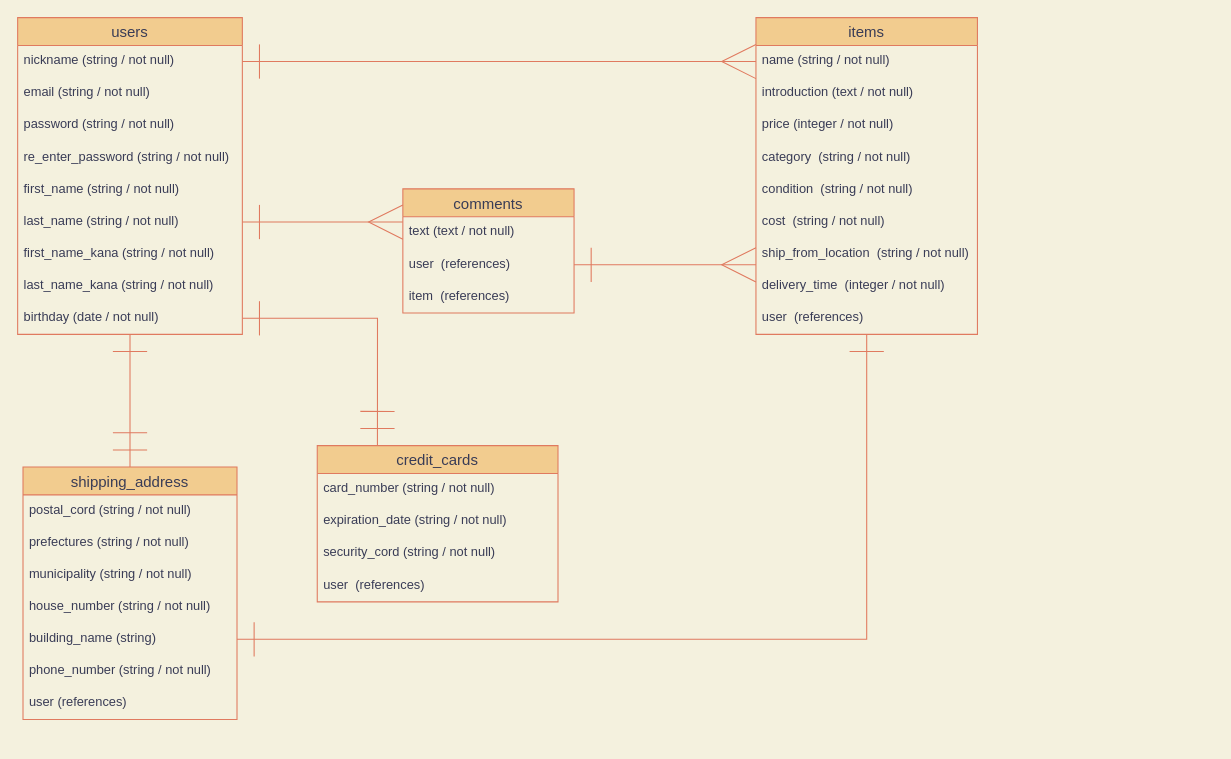
The draw.io diagram furima-35145.dio in DaisukeM0704/furima-35145, before the edit. Source tidied: cells renumbered, new cells numbered last; positions are measured from the earlier drawing's top-left corner, leaving out a move shared by most shapes. Both pictures are drawn from the tidied source at 107%, with x=0, y=0 at pixel (17, 17).
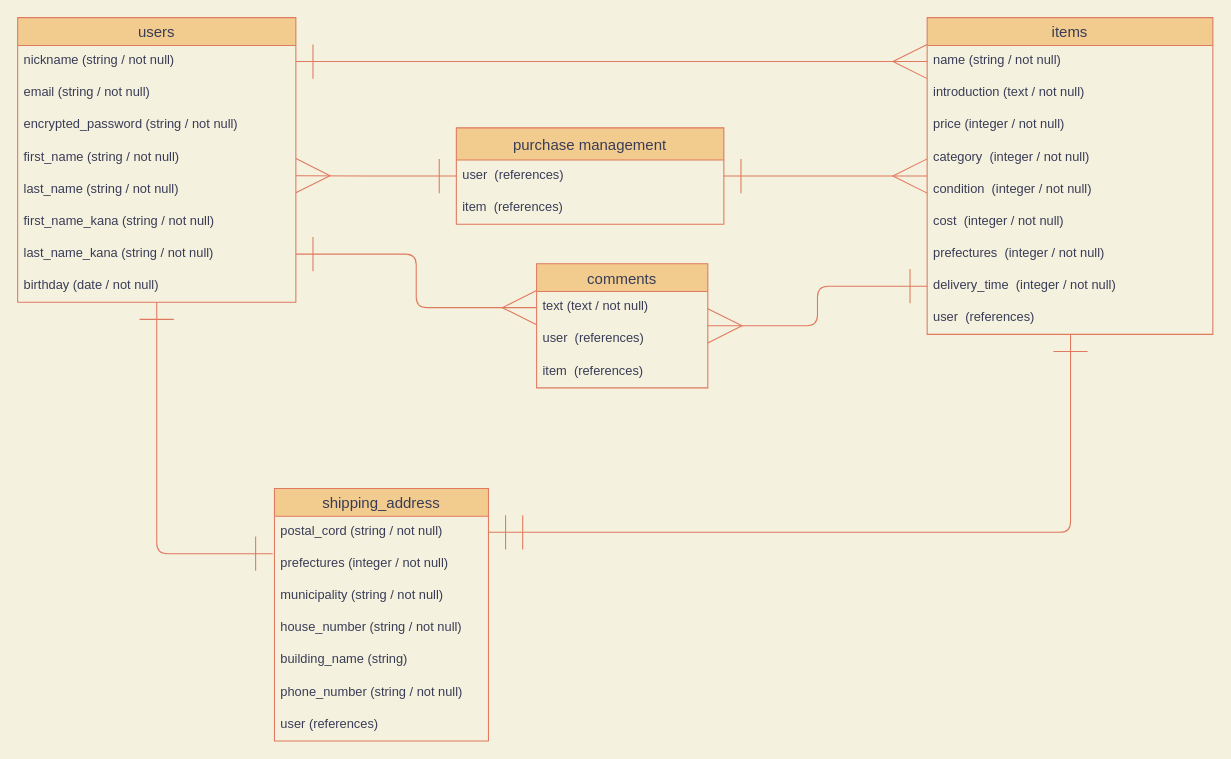
Above is the later version.

Commit message (it also covers changes not shown here):
データベース設計(2回目)

Unchanged cells that the change refers to:
```xml
<mxCell id="31" value="postal_cord (string / not null)" style="text;strokeColor=none;fillColor=none;spacingLeft=4;spacingRight=4;overflow=hidden;points=[[0,0.5],[1,0.5]];portConstraint=eastwest;fontSize=12;fontColor=#393C56;" parent="30" vertex="1">
  <mxGeometry y="26" width="200" height="30" as="geometry" />
</mxCell>
<mxCell id="35" value="building_name (string)" style="text;strokeColor=none;fillColor=none;spacingLeft=4;spacingRight=4;overflow=hidden;points=[[0,0.5],[1,0.5]];portConstraint=eastwest;fontSize=12;fontColor=#393C56;" parent="30" vertex="1">
  <mxGeometry y="146" width="200" height="30" as="geometry" />
</mxCell>
<mxCell id="39" value="text (text / not null)" style="text;strokeColor=none;fillColor=none;spacingLeft=4;spacingRight=4;overflow=hidden;points=[[0,0.5],[1,0.5]];portConstraint=eastwest;fontSize=12;fontColor=#393C56;" parent="38" vertex="1">
  <mxGeometry y="26" width="160" height="30" as="geometry" />
</mxCell>
<mxCell id="40" value="user  (references)" style="text;strokeColor=none;fillColor=none;spacingLeft=4;spacingRight=4;overflow=hidden;points=[[0,0.5],[1,0.5]];portConstraint=eastwest;fontSize=12;fontColor=#393C56;" parent="38" vertex="1">
  <mxGeometry y="56" width="160" height="30" as="geometry" />
</mxCell>
```

The edit, as a diff of the source:
```diff
@@
-    <mxCell id="2" style="edgeStyle=orthogonalEdgeStyle;rounded=0;jettySize=auto;html=1;startArrow=ERone;startFill=0;startSize=30;endArrow=ERone;endFill=0;endSize=30;labelBackgroundColor=#F4F1DE;strokeColor=#E07A5F;fontColor=#393C56;" parent="1" edge="1" source="3" target="35">
-      <mxGeometry relative="1" as="geometry" />
-    </mxCell>
+    <mxCell id="45" style="edgeStyle=orthogonalEdgeStyle;curved=0;rounded=1;sketch=0;jettySize=auto;html=1;startArrow=ERmany;startFill=0;startSize=30;endArrow=ERone;endFill=0;endSize=30;strokeColor=#E07A5F;fillColor=#F2CC8F;fontColor=#393C56;" parent="1" edge="1" source="3" target="29">
+      <mxGeometry relative="1" as="geometry" />
+    </mxCell>
     <mxCell id="3" value="items" style="swimlane;fontStyle=0;horizontal=1;startSize=26;align=center;fontSize=14;fillColor=#F2CC8F;strokeColor=#E07A5F;fontColor=#393C56;" parent="1" vertex="1">
-      <mxGeometry x="690" width="207" height="296" as="geometry" />
+      <mxGeometry x="850" width="267" height="296" as="geometry" />
     </mxCell>
     <mxCell id="4" value="name (string / not null)" style="text;strokeColor=none;fillColor=none;spacingLeft=4;spacingRight=4;overflow=hidden;points=[[0,0.5],[1,0.5]];portConstraint=eastwest;fontSize=12;fontColor=#393C56;" parent="3" vertex="1">
-      <mxGeometry y="26" width="207" height="30" as="geometry" />
+      <mxGeometry y="26" width="267" height="30" as="geometry" />
     </mxCell>
     <mxCell id="5" value="introduction (text / not null)" style="text;strokeColor=none;fillColor=none;spacingLeft=4;spacingRight=4;overflow=hidden;fontSize=12;fontColor=#393C56;" parent="3" vertex="1">
-      <mxGeometry y="56" width="207" height="30" as="geometry" />
+      <mxGeometry y="56" width="267" height="30" as="geometry" />
     </mxCell>
     <mxCell id="6" value="price (integer / not null)" style="text;strokeColor=none;fillColor=none;spacingLeft=4;spacingRight=4;overflow=hidden;fontSize=12;fontColor=#393C56;" parent="3" vertex="1">
-      <mxGeometry y="86" width="207" height="30" as="geometry" />
+      <mxGeometry y="86" width="267" height="30" as="geometry" />
     </mxCell>
-    <mxCell id="7" value="category  (string / not null)" style="text;strokeColor=none;fillColor=none;spacingLeft=4;spacingRight=4;overflow=hidden;fontSize=12;fontColor=#393C56;" parent="3" vertex="1">
-      <mxGeometry y="116" width="207" height="30" as="geometry" />
+    <mxCell id="7" value="category  (integer / not null)" style="text;strokeColor=none;fillColor=none;spacingLeft=4;spacingRight=4;overflow=hidden;fontSize=12;fontColor=#393C56;" parent="3" vertex="1">
+      <mxGeometry y="116" width="267" height="30" as="geometry" />
     </mxCell>
-    <mxCell id="8" value="condition  (string / not null)" style="text;strokeColor=none;fillColor=none;spacingLeft=4;spacingRight=4;overflow=hidden;fontSize=12;fontColor=#393C56;" parent="3" vertex="1">
-      <mxGeometry y="146" width="207" height="30" as="geometry" />
+    <mxCell id="8" value="condition  (integer / not null)" style="text;strokeColor=none;fillColor=none;spacingLeft=4;spacingRight=4;overflow=hidden;fontSize=12;fontColor=#393C56;" parent="3" vertex="1">
+      <mxGeometry y="146" width="267" height="30" as="geometry" />
     </mxCell>
-    <mxCell id="9" value="cost  (string / not null)" style="text;strokeColor=none;fillColor=none;spacingLeft=4;spacingRight=4;overflow=hidden;fontSize=12;fontColor=#393C56;" parent="3" vertex="1">
-      <mxGeometry y="176" width="207" height="30" as="geometry" />
+    <mxCell id="9" value="cost  (integer / not null)" style="text;strokeColor=none;fillColor=none;spacingLeft=4;spacingRight=4;overflow=hidden;fontSize=12;fontColor=#393C56;" parent="3" vertex="1">
+      <mxGeometry y="176" width="267" height="30" as="geometry" />
     </mxCell>
-    <mxCell id="10" value="ship_from_location  (string / not null)" style="text;strokeColor=none;fillColor=none;spacingLeft=4;spacingRight=4;overflow=hidden;points=[[0,0.5],[1,0.5]];portConstraint=eastwest;fontSize=12;fontColor=#393C56;" parent="3" vertex="1">
-      <mxGeometry y="206" width="207" height="30" as="geometry" />
+    <mxCell id="10" value="prefectures  (integer / not null)" style="text;strokeColor=none;fillColor=none;spacingLeft=4;spacingRight=4;overflow=hidden;points=[[0,0.5],[1,0.5]];portConstraint=eastwest;fontSize=12;fontColor=#393C56;" parent="3" vertex="1">
+      <mxGeometry y="206" width="267" height="30" as="geometry" />
     </mxCell>
     <mxCell id="11" value="delivery_time  (integer / not null)" style="text;strokeColor=none;fillColor=none;spacingLeft=4;spacingRight=4;overflow=hidden;points=[[0,0.5],[1,0.5]];portConstraint=eastwest;fontSize=12;fontColor=#393C56;" parent="3" vertex="1">
-      <mxGeometry y="236" width="207" height="30" as="geometry" />
+      <mxGeometry y="236" width="267" height="30" as="geometry" />
     </mxCell>
     <mxCell id="12" value="user  (references)" style="text;strokeColor=none;fillColor=none;spacingLeft=4;spacingRight=4;overflow=hidden;points=[[0,0.5],[1,0.5]];portConstraint=eastwest;fontSize=12;fontColor=#393C56;" parent="3" vertex="1">
-      <mxGeometry y="266" width="207" height="30" as="geometry" />
+      <mxGeometry y="266" width="267" height="30" as="geometry" />
     </mxCell>
-    <mxCell id="13" style="edgeStyle=orthogonalEdgeStyle;rounded=0;jettySize=auto;html=1;entryX=0.5;entryY=0;entryDx=0;entryDy=0;startArrow=ERone;startFill=0;startSize=30;endArrow=ERmandOne;endFill=0;endSize=30;labelBackgroundColor=#F4F1DE;strokeColor=#E07A5F;fontColor=#393C56;" parent="1" edge="1" source="14" target="30">
-      <mxGeometry relative="1" as="geometry" />
-    </mxCell>
+    <mxCell id="46" style="edgeStyle=orthogonalEdgeStyle;curved=0;rounded=1;sketch=0;jettySize=auto;html=1;entryX=-0.008;entryY=0.167;entryDx=0;entryDy=0;entryPerimeter=0;startArrow=ERone;startFill=0;startSize=30;endArrow=ERone;endFill=0;endSize=30;strokeColor=#E07A5F;fillColor=#F2CC8F;fontColor=#393C56;" parent="1" edge="1" source="14" target="32">
+      <mxGeometry relative="1" as="geometry" />
+    </mxCell>
     <mxCell id="14" value="users" style="swimlane;fontStyle=0;horizontal=1;startSize=26;align=center;fontSize=14;fillColor=#F2CC8F;strokeColor=#E07A5F;fontColor=#393C56;" parent="1" vertex="1">
-      <mxGeometry width="210" height="296" as="geometry" />
+      <mxGeometry width="260" height="266" as="geometry" />
     </mxCell>
     <mxCell id="15" value="nickname (string / not null)" style="text;strokeColor=none;fillColor=none;spacingLeft=4;spacingRight=4;overflow=hidden;points=[[0,0.5],[1,0.5]];portConstraint=eastwest;fontSize=12;labelBorderColor=none;labelBackgroundColor=none;fontColor=#393C56;" parent="14" vertex="1">
-      <mxGeometry y="26" width="210" height="30" as="geometry" />
+      <mxGeometry y="26" width="260" height="30" as="geometry" />
     </mxCell>
     <mxCell id="16" value="email (string / not null)" style="text;strokeColor=none;fillColor=none;spacingLeft=4;spacingRight=4;overflow=hidden;fontSize=12;fontColor=#393C56;" parent="14" vertex="1">
-      <mxGeometry y="56" width="210" height="30" as="geometry" />
+      <mxGeometry y="56" width="260" height="30" as="geometry" />
     </mxCell>
-    <mxCell id="17" value="password (string / not null)" style="text;strokeColor=none;fillColor=none;spacingLeft=4;spacingRight=4;overflow=hidden;fontSize=12;fontColor=#393C56;" parent="14" vertex="1">
-      <mxGeometry y="86" width="210" height="30" as="geometry" />
+    <mxCell id="17" value="encrypted_password (string / not null)" style="text;strokeColor=none;fillColor=none;spacingLeft=4;spacingRight=4;overflow=hidden;fontSize=12;fontColor=#393C56;" parent="14" vertex="1">
+      <mxGeometry y="86" width="260" height="30" as="geometry" />
     </mxCell>
-    <mxCell id="18" value="re_enter_password (string / not null)" style="text;strokeColor=none;fillColor=none;spacingLeft=4;spacingRight=4;overflow=hidden;fontSize=12;fontColor=#393C56;" parent="14" vertex="1">
-      <mxGeometry y="116" width="210" height="30" as="geometry" />
-    </mxCell>
     <mxCell id="19" value="first_name (string / not null)" style="text;strokeColor=none;fillColor=none;spacingLeft=4;spacingRight=4;overflow=hidden;fontSize=12;fontColor=#393C56;" parent="14" vertex="1">
-      <mxGeometry y="146" width="210" height="30" as="geometry" />
+      <mxGeometry y="116" width="260" height="30" as="geometry" />
     </mxCell>
     <mxCell id="20" value="last_name (string / not null)" style="text;strokeColor=none;fillColor=none;spacingLeft=4;spacingRight=4;overflow=hidden;points=[[0,0.5],[1,0.5]];portConstraint=eastwest;fontSize=12;fontColor=#393C56;" parent="14" vertex="1">
-      <mxGeometry y="176" width="210" height="30" as="geometry" />
+      <mxGeometry y="146" width="260" height="30" as="geometry" />
     </mxCell>
     <mxCell id="21" value="first_name_kana (string / not null)" style="text;strokeColor=none;fillColor=none;spacingLeft=4;spacingRight=4;overflow=hidden;fontSize=12;fontColor=#393C56;" parent="14" vertex="1">
-      <mxGeometry y="206" width="210" height="30" as="geometry" />
+      <mxGeometry y="176" width="260" height="30" as="geometry" />
     </mxCell>
     <mxCell id="22" value="last_name_kana (string / not null)" style="text;strokeColor=none;fillColor=none;spacingLeft=4;spacingRight=4;overflow=hidden;points=[[0,0.5],[1,0.5]];portConstraint=eastwest;fontSize=12;fontColor=#393C56;" parent="14" vertex="1">
-      <mxGeometry y="236" width="210" height="30" as="geometry" />
+      <mxGeometry y="206" width="260" height="30" as="geometry" />
     </mxCell>
     <mxCell id="23" value="birthday (date / not null)" style="text;strokeColor=none;fillColor=none;spacingLeft=4;spacingRight=4;overflow=hidden;points=[[0,0.5],[1,0.5]];portConstraint=eastwest;fontSize=12;fontColor=#393C56;" parent="14" vertex="1">
-      <mxGeometry y="266" width="210" height="30" as="geometry" />
+      <mxGeometry y="236" width="260" height="30" as="geometry" />
     </mxCell>
-    <mxCell id="24" style="edgeStyle=orthogonalEdgeStyle;rounded=0;jettySize=auto;html=1;exitX=0.25;exitY=0;exitDx=0;exitDy=0;startArrow=ERmandOne;startFill=0;startSize=30;endArrow=ERone;endFill=0;endSize=30;labelBackgroundColor=#F4F1DE;strokeColor=#E07A5F;fontColor=#393C56;" parent="1" edge="1" source="25" target="23">
-      <mxGeometry relative="1" as="geometry" />
-    </mxCell>
-    <mxCell id="25" value="credit_cards" style="swimlane;fontStyle=0;horizontal=1;startSize=26;align=center;fontSize=14;fillColor=#F2CC8F;strokeColor=#E07A5F;fontColor=#393C56;" parent="1" vertex="1">
-      <mxGeometry x="280" y="400" width="225" height="146" as="geometry" />
-    </mxCell>
-    <mxCell id="26" value="card_number (string / not null)" style="text;strokeColor=none;fillColor=none;spacingLeft=4;spacingRight=4;overflow=hidden;fontSize=12;fontColor=#393C56;" parent="25" vertex="1">
-      <mxGeometry y="26" width="225" height="30" as="geometry" />
-    </mxCell>
-    <mxCell id="27" value="expiration_date (string / not null)" style="text;strokeColor=none;fillColor=none;spacingLeft=4;spacingRight=4;overflow=hidden;fontSize=12;fontColor=#393C56;" parent="25" vertex="1">
-      <mxGeometry y="56" width="225" height="30" as="geometry" />
-    </mxCell>
-    <mxCell id="28" value="security_cord (string / not null)" style="text;strokeColor=none;fillColor=none;spacingLeft=4;spacingRight=4;overflow=hidden;fontSize=12;fontColor=#393C56;" parent="25" vertex="1">
-      <mxGeometry y="86" width="225" height="30" as="geometry" />
-    </mxCell>
-    <mxCell id="29" value="user  (references)" style="text;strokeColor=none;fillColor=none;spacingLeft=4;spacingRight=4;overflow=hidden;points=[[0,0.5],[1,0.5]];portConstraint=eastwest;fontSize=12;fontColor=#393C56;" parent="25" vertex="1">
-      <mxGeometry y="116" width="225" height="30" as="geometry" />
-    </mxCell>
     <mxCell id="30" value="shipping_address" style="swimlane;fontStyle=0;horizontal=1;startSize=26;align=center;fontSize=14;fillColor=#F2CC8F;strokeColor=#E07A5F;fontColor=#393C56;" parent="1" vertex="1">
-      <mxGeometry x="5" y="420" width="200" height="236" as="geometry" />
+      <mxGeometry x="240" y="440" width="200" height="236" as="geometry" />
     </mxCell>
@@
-    <mxCell id="32" value="prefectures (string / not null)" style="text;strokeColor=none;fillColor=none;spacingLeft=4;spacingRight=4;overflow=hidden;points=[[0,0.5],[1,0.5]];portConstraint=eastwest;fontSize=12;fontColor=#393C56;" parent="30" vertex="1">
+    <mxCell id="32" value="prefectures (integer / not null)" style="text;strokeColor=none;fillColor=none;spacingLeft=4;spacingRight=4;overflow=hidden;points=[[0,0.5],[1,0.5]];portConstraint=eastwest;fontSize=12;fontColor=#393C56;" parent="30" vertex="1">
       <mxGeometry y="56" width="200" height="30" as="geometry" />
     </mxCell>
@@
+    <mxCell id="47" style="edgeStyle=orthogonalEdgeStyle;curved=0;rounded=1;sketch=0;jettySize=auto;html=1;startArrow=ERmany;startFill=0;startSize=30;endArrow=ERone;endFill=0;endSize=30;strokeColor=#E07A5F;fillColor=#F2CC8F;fontColor=#393C56;" parent="1" edge="1" source="38" target="11">
+      <mxGeometry relative="1" as="geometry" />
+    </mxCell>
     <mxCell id="38" value="comments" style="swimlane;fontStyle=0;horizontal=1;startSize=26;align=center;fontSize=14;fillColor=#F2CC8F;strokeColor=#E07A5F;fontColor=#393C56;" parent="1" vertex="1">
-      <mxGeometry x="360" y="160" width="160" height="116" as="geometry" />
+      <mxGeometry x="485" y="230" width="160" height="116" as="geometry" />
     </mxCell>
@@
-    <mxCell id="42" style="edgeStyle=orthogonalEdgeStyle;rounded=0;jettySize=auto;html=1;exitX=1;exitY=0.5;exitDx=0;exitDy=0;entryX=0;entryY=0.5;entryDx=0;entryDy=0;startArrow=ERone;startFill=0;startSize=30;endArrow=ERmany;endFill=0;endSize=30;labelBackgroundColor=#F4F1DE;strokeColor=#E07A5F;fontColor=#393C56;" parent="1" edge="1" source="15" target="4">
+    <mxCell id="42" style="edgeStyle=orthogonalEdgeStyle;rounded=0;jettySize=auto;html=1;exitX=1;exitY=0.5;exitDx=0;exitDy=0;entryX=0;entryY=0.5;entryDx=0;entryDy=0;startArrow=ERone;startFill=0;startSize=30;endArrow=ERmany;endFill=0;endSize=30;strokeColor=#E07A5F;fontColor=#393C56;labelBackgroundColor=#F4F1DE;" parent="1" edge="1" source="15" target="4">
       <mxGeometry relative="1" as="geometry" />
     </mxCell>
-    <mxCell id="43" style="edgeStyle=orthogonalEdgeStyle;rounded=0;jettySize=auto;html=1;exitX=1;exitY=0.5;exitDx=0;exitDy=0;entryX=0;entryY=0.167;entryDx=0;entryDy=0;entryPerimeter=0;startArrow=ERone;startFill=0;startSize=30;endArrow=ERmany;endFill=0;endSize=30;labelBackgroundColor=#F4F1DE;strokeColor=#E07A5F;fontColor=#393C56;" parent="1" edge="1" source="20" target="39">
-      <mxGeometry relative="1" as="geometry" />
-    </mxCell>
-    <mxCell id="44" style="edgeStyle=orthogonalEdgeStyle;rounded=0;jettySize=auto;html=1;exitX=1;exitY=0.5;exitDx=0;exitDy=0;entryX=0;entryY=0.833;entryDx=0;entryDy=0;entryPerimeter=0;startArrow=ERone;startFill=0;startSize=30;endArrow=ERmany;endFill=0;endSize=30;labelBackgroundColor=#F4F1DE;strokeColor=#E07A5F;fontColor=#393C56;" parent="1" edge="1" source="40" target="10">
-      <mxGeometry relative="1" as="geometry" />
-    </mxCell>
+    <mxCell id="48" value="purchase management" style="swimlane;fontStyle=0;horizontal=1;startSize=30;align=center;fontSize=14;rounded=0;sketch=0;strokeColor=#E07A5F;fillColor=#F2CC8F;fontColor=#393C56;" parent="1" vertex="1">
+      <mxGeometry x="410" y="103" width="250" height="90" as="geometry" />
+    </mxCell>
+    <mxCell id="29" value="user  (references)" style="text;strokeColor=none;fillColor=none;spacingLeft=4;spacingRight=4;overflow=hidden;points=[[0,0.5],[1,0.5]];portConstraint=eastwest;fontSize=12;fontColor=#393C56;" parent="48" vertex="1">
+      <mxGeometry y="30" width="250" height="30" as="geometry" />
+    </mxCell>
+    <mxCell id="49" value="item  (references)" style="text;strokeColor=none;fillColor=none;spacingLeft=4;spacingRight=4;overflow=hidden;fontSize=12;fontColor=#393C56;" parent="48" vertex="1">
+      <mxGeometry y="60" width="250" height="30" as="geometry" />
+    </mxCell>
+    <mxCell id="50" style="edgeStyle=orthogonalEdgeStyle;curved=0;rounded=1;sketch=0;jettySize=auto;html=1;exitX=0;exitY=0.5;exitDx=0;exitDy=0;entryX=1;entryY=0.056;entryDx=0;entryDy=0;entryPerimeter=0;startArrow=ERone;startFill=0;startSize=30;endArrow=ERmany;endFill=0;endSize=30;strokeColor=#E07A5F;fillColor=#F2CC8F;fontColor=#393C56;" parent="1" edge="1" source="29" target="20">
+      <mxGeometry relative="1" as="geometry" />
+    </mxCell>
+    <mxCell id="51" style="edgeStyle=orthogonalEdgeStyle;curved=0;rounded=1;sketch=0;jettySize=auto;html=1;exitX=0;exitY=0.5;exitDx=0;exitDy=0;entryX=1;entryY=0.5;entryDx=0;entryDy=0;startArrow=ERmany;startFill=0;startSize=30;endArrow=ERone;endFill=0;endSize=30;strokeColor=#E07A5F;fillColor=#F2CC8F;fontColor=#393C56;" parent="1" edge="1" source="39" target="22">
+      <mxGeometry relative="1" as="geometry" />
+    </mxCell>
+    <mxCell id="52" style="edgeStyle=orthogonalEdgeStyle;curved=0;rounded=1;sketch=0;jettySize=auto;html=1;exitX=1;exitY=0.5;exitDx=0;exitDy=0;startArrow=ERmandOne;startFill=0;startSize=30;endArrow=ERone;endFill=0;endSize=30;strokeColor=#E07A5F;fillColor=#F2CC8F;fontColor=#393C56;" parent="1" edge="1" source="31" target="12">
+      <mxGeometry relative="1" as="geometry">
+        <Array as="points">
+          <mxPoint x="984" y="481" />
+        </Array>
+      </mxGeometry>
+    </mxCell>
```
